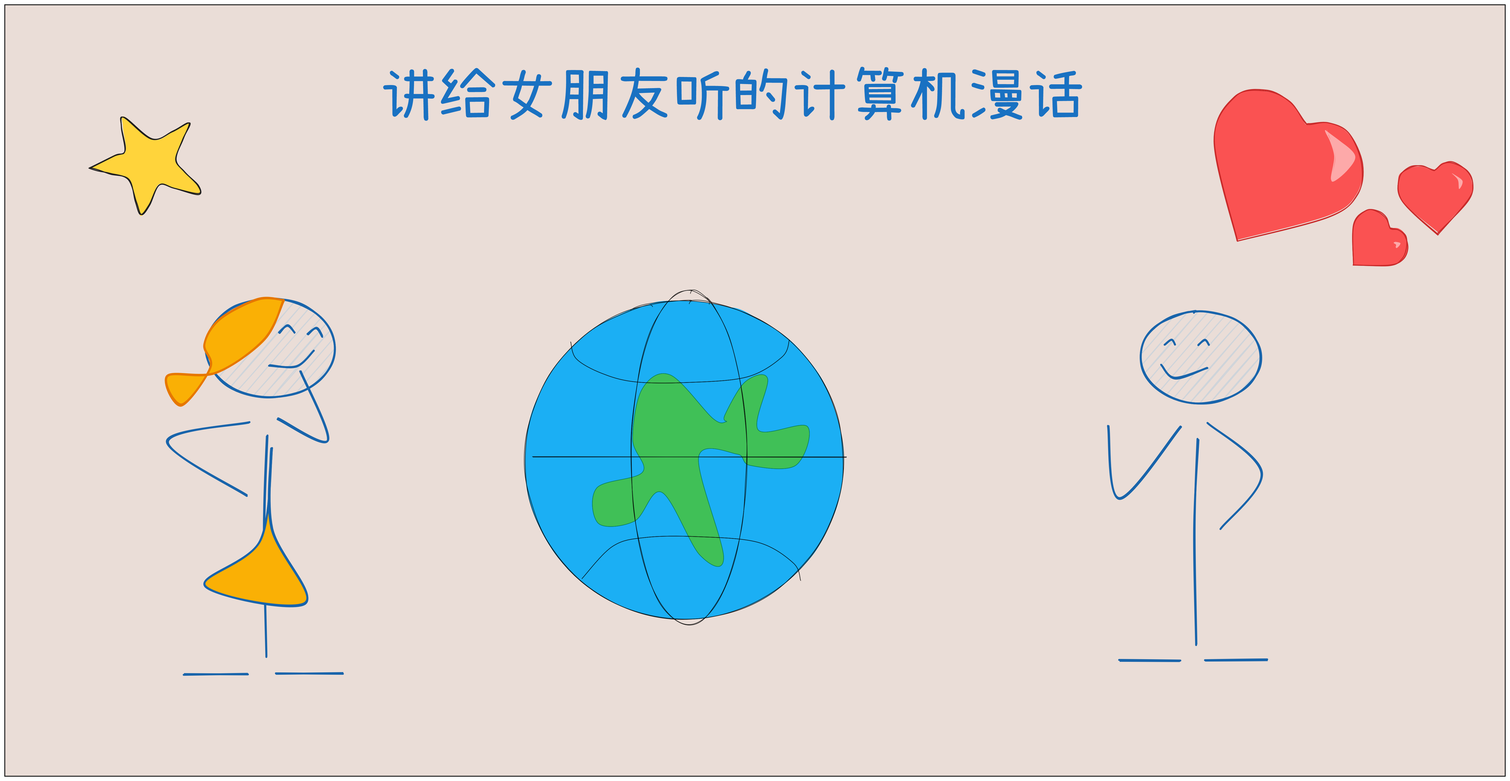
sakurs2/cartoonCS keeps this Excalidraw diagram as cover/cover.excalidraw.png. Above is the earlier version. Source tidied: one line per element, renumbered; positions are measured from the earlier drawing's top-left corner, leaving out a move shared by most shapes.
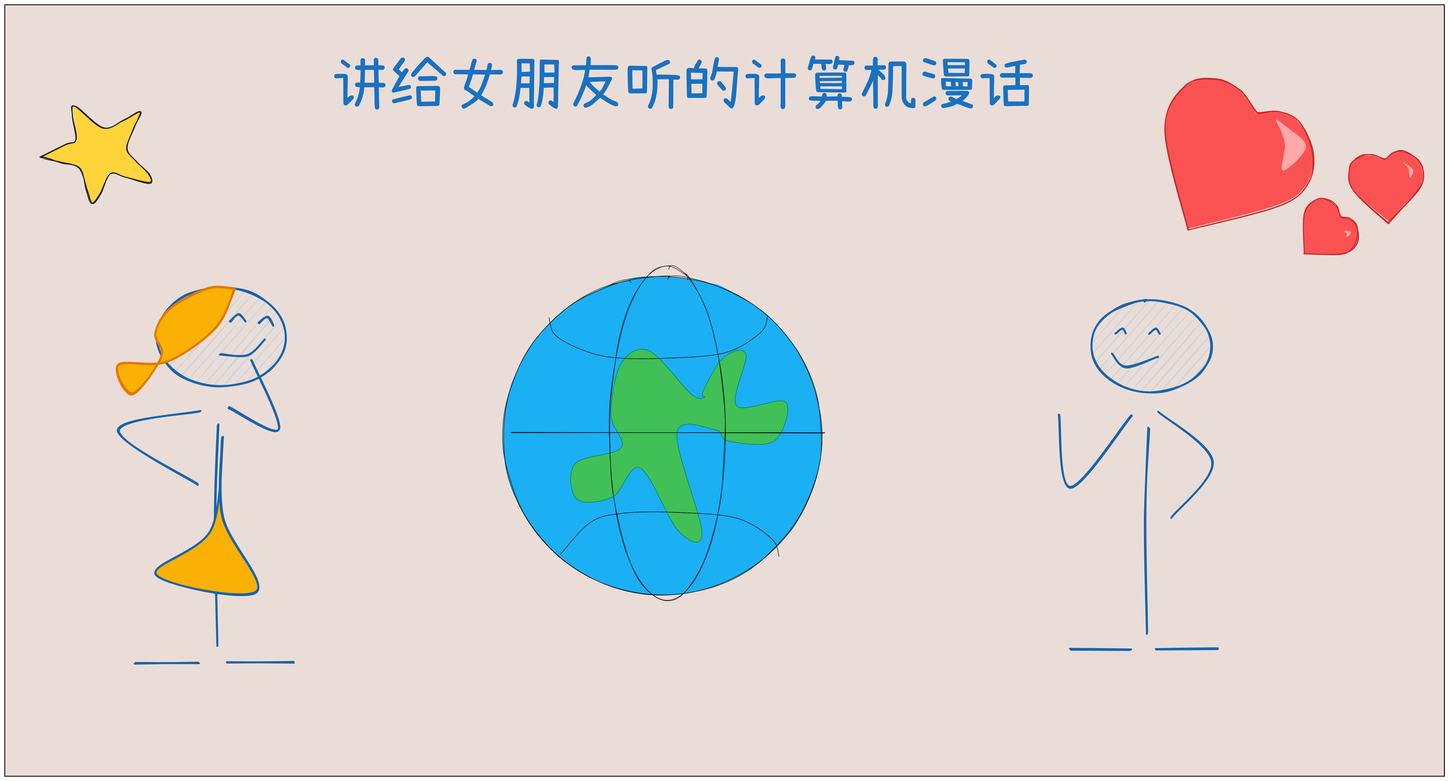
Later version of the same file.

The edit, as a diff of the source:
```diff
@@ -1,4 +1,4 @@
-{"id": 0, "type": "rectangle", "strokeColor": "#1e1e1e", "backgroundColor": "#eaddd7", "fillStyle": "solid", "strokeWidth": 2, "roughness": 0, "x": 0, "y": 0, "width": 3140, "height": 1615}
+{"id": 35, "type": "rectangle", "strokeColor": "#1e1e1e", "backgroundColor": "#eaddd7", "fillStyle": "solid", "strokeWidth": 2, "roughness": 0, "x": 102, "y": 23, "width": 3013, "height": 1615}
 {"id": 1, "type": "text", "text": "讲给女朋友听的计算机漫话", "strokeColor": "#1971c2", "strokeWidth": 2, "roughness": 0, "fontSize": 123.0, "fontFamily": 5, "x": 784, "y": 123, "width": 1476, "height": 154}
 {"id": 2, "type": "line", "strokeColor": "#1864ab", "backgroundColor": "#ced4da", "fillStyle": "hachure", "strokeWidth": 4, "roughness": 1, "round": true, "x": 512, "y": 875, "width": 172, "height": 152, "points": [[0, 0], [-172, 40], [-4, 152]]}
 {"id": 3, "type": "ellipse", "strokeColor": "#1864ab", "backgroundColor": "#ced4da", "fillStyle": "hachure", "strokeWidth": 4, "roughness": 1, "round": true, "x": 421, "y": 615, "width": 270, "height": 207}
@@ -20,12 +20,12 @@
 {"id": 19, "type": "line", "strokeColor": "#1864ab", "backgroundColor": "#ced4da", "fillStyle": "hachure", "strokeWidth": 4, "roughness": 1, "round": true, "x": 2496, "y": 909, "width": 6, "height": 429, "points": [[0, 0], [-6, 186], [-3, 429]]}
 {"id": 20, "type": "line", "strokeColor": "#1864ab", "backgroundColor": "#ced4da", "fillStyle": "hachure", "strokeWidth": 4, "roughness": 1, "round": true, "x": 2458, "y": 1374, "width": 126, "height": 1, "points": [[0, 0], [-126, -1]]}
 {"id": 21, "type": "line", "strokeColor": "#1864ab", "backgroundColor": "#ced4da", "fillStyle": "hachure", "strokeWidth": 4, "roughness": 1, "round": true, "x": 2513, "y": 1373, "width": 131, "height": 2, "points": [[0, 0], [131, -2]]}
-{"id": 22, "type": "ellipse", "strokeColor": "#000000", "backgroundColor": "#04aaf7", "fillStyle": "solid", "strokeWidth": 1, "roughness": 1, "opacity": 90, "x": 1088, "y": 619, "width": 667, "height": 667}
+{"id": 22, "type": "ellipse", "strokeColor": "#000000", "backgroundColor": "#04aaf7", "fillStyle": "solid", "strokeWidth": 1, "roughness": 1, "opacity": 90, "x": 1146, "y": 592, "width": 667, "height": 667}
-{"id": 23, "type": "line", "strokeColor": "#087f5b", "backgroundColor": "#40c057", "fillStyle": "solid", "strokeWidth": 1, "roughness": 0, "round": true, "x": 1511, "y": 873, "width": 441, "height": 382, "points": [[0, 0], [-29, -6], [-118, -98], [-177, -68], [-197, 37], [-176, 105], [-272, 139], [-269, 213], [-193, 208], [-136, 148], [-57, 279], [-6, 284], [-59, 75], [22, 68], [49, 92], [144, 92], [169, 10], [66, 17], [86, -90], [39, -83], [-4, -14], [0, 0]]}
+{"id": 23, "type": "line", "strokeColor": "#087f5b", "backgroundColor": "#40c057", "fillStyle": "solid", "strokeWidth": 1, "roughness": 0, "round": true, "x": 1568, "y": 845, "width": 441, "height": 382, "points": [[0, 0], [-29, -6], [-118, -98], [-177, -68], [-197, 37], [-176, 105], [-272, 139], [-269, 213], [-193, 208], [-136, 148], [-57, 279], [-6, 284], [-59, 75], [22, 68], [49, 92], [144, 92], [169, 10], [66, 17], [86, -90], [39, -83], [-4, -14], [0, 0]]}
-{"id": 24, "type": "line", "strokeColor": "#000000", "backgroundColor": "#99bcff", "fillStyle": "solid", "strokeWidth": 1, "roughness": 1, "opacity": 90, "round": true, "x": 1105, "y": 947, "width": 657, "height": 0, "points": [[0, 0], [657, 0]]}
+{"id": 24, "type": "line", "strokeColor": "#000000", "backgroundColor": "#99bcff", "fillStyle": "solid", "strokeWidth": 1, "roughness": 1, "opacity": 90, "round": true, "x": 1162, "y": 919, "width": 657, "height": 0, "points": [[0, 0], [657, 0]]}
-{"id": 25, "type": "line", "strokeColor": "#000000", "backgroundColor": "#99bcff", "fillStyle": "solid", "strokeWidth": 1, "roughness": 0, "opacity": 90, "round": true, "x": 1184, "y": 706, "width": 458, "height": 89, "points": [[0, 0], [12, 36], [64, 65], [133, 83], [242, 85], [368, 74], [442, 32], [458, -4]]}
+{"id": 25, "type": "line", "strokeColor": "#000000", "backgroundColor": "#99bcff", "fillStyle": "solid", "strokeWidth": 1, "roughness": 0, "opacity": 90, "round": true, "x": 1242, "y": 678, "width": 458, "height": 89, "points": [[0, 0], [12, 36], [64, 65], [133, 83], [242, 85], [368, 74], [442, 32], [458, -4]]}
-{"id": 26, "type": "ellipse", "strokeColor": "#000000", "strokeWidth": 1, "roughness": 1, "opacity": 90, "x": 1310, "y": 598, "width": 242, "height": 700}
+{"id": 26, "type": "ellipse", "strokeColor": "#000000", "strokeWidth": 1, "roughness": 1, "opacity": 90, "x": 1368, "y": 570, "width": 242, "height": 700}
-{"id": 27, "type": "line", "strokeColor": "#000000", "backgroundColor": "#99bcff", "fillStyle": "solid", "strokeWidth": 1, "roughness": 0, "opacity": 90, "round": true, "x": 1208, "y": 1201, "width": 458, "height": 92, "points": [[0, 0], [64, -67], [133, -86], [242, -88], [368, -76], [442, -33], [458, 4]]}
+{"id": 27, "type": "line", "strokeColor": "#000000", "backgroundColor": "#99bcff", "fillStyle": "solid", "strokeWidth": 1, "roughness": 0, "opacity": 90, "round": true, "x": 1265, "y": 1174, "width": 458, "height": 92, "points": [[0, 0], [64, -67], [133, -86], [242, -88], [368, -76], [442, -33], [458, 4]]}
 {"id": 28, "type": "line", "strokeColor": "#1e1e1e", "backgroundColor": "#ffd43b", "fillStyle": "solid", "strokeWidth": 2, "roughness": 1, "round": true, "x": 177, "y": 342, "width": 228, "height": 203, "points": [[0, 0], [52, -25], [75, -37], [68, -86], [72, -105], [132, -61], [174, -77], [209, -95], [196, -60], [180, -19], [200, 8], [228, 36], [228, 54], [177, 43], [146, 36], [125, 77], [108, 98], [97, 71], [83, 23], [44, 13], [20, 5], [0, 0]]}
 {"id": 29, "type": "line", "strokeColor": "#c92a2a", "angle": 0.26, "backgroundColor": "#fa5252", "fillStyle": "solid", "strokeWidth": 2, "roughness": 1, "round": true, "x": 2620, "y": 514, "width": 319, "height": 319, "points": [[0, 0], [-102, -189], [-83, -290], [-25, -319], [30, -308], [71, -277], [81, -275], [121, -289], [167, -278], [210, -223], [217, -158], [171, -97], [0, 0]]}
 {"id": 30, "type": "line", "strokeColor": "#fda9a9", "backgroundColor": "#fda9a9", "fillStyle": "solid", "strokeWidth": 2, "roughness": 1, "round": true, "x": 2766, "y": 266, "width": 59, "height": 102, "points": [[0, 0], [59, 52], [12, 102], [19, 48], [0, 0], [0, 0]]}
```
